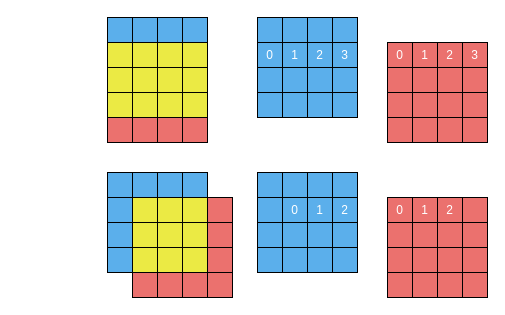
Above: page "WarpShuffleShuffle" (6 of 27) of en/img/overlap.drawio in MK4H/DPText (draw.io), before the change. Source tidied: cells renumbered, new cells numbered last; positions are measured from the earlier drawing's top-left corner, leaving out a move shared by most shapes. Both pictures are drawn from the tidied source at 100%, with x=0, y=0 at pixel (107, 17).
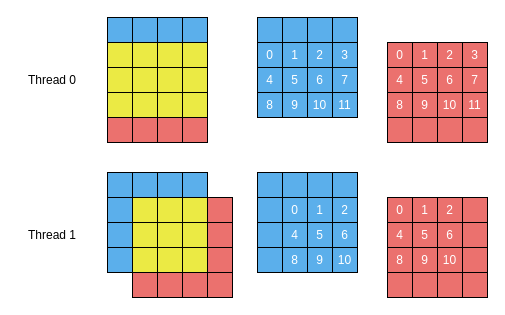
After the change.

The edit, as a diff of the source:
```diff
@@
-    <mxCell id="55" style="rounded=0;whiteSpace=wrap;html=1;fillColor=#5BAFEB;fontColor=#FFFFFF;" parent="1" vertex="1">
+    <mxCell id="55" value="5" style="rounded=0;whiteSpace=wrap;html=1;fillColor=#5BAFEB;fontColor=#FFFFFF;" parent="1" vertex="1">
       <mxGeometry x="175" y="50" width="25" height="25" as="geometry" />
     </mxCell>
-    <mxCell id="56" style="rounded=0;whiteSpace=wrap;html=1;fillColor=#5BAFEB;fontColor=#FFFFFF;" parent="1" vertex="1">
+    <mxCell id="56" value="6" style="rounded=0;whiteSpace=wrap;html=1;fillColor=#5BAFEB;fontColor=#FFFFFF;" parent="1" vertex="1">
       <mxGeometry x="200" y="50" width="25" height="25" as="geometry" />
     </mxCell>
-    <mxCell id="57" style="rounded=0;whiteSpace=wrap;html=1;fillColor=#5BAFEB;fontColor=#FFFFFF;" parent="1" vertex="1">
+    <mxCell id="57" value="7" style="rounded=0;whiteSpace=wrap;html=1;fillColor=#5BAFEB;fontColor=#FFFFFF;" parent="1" vertex="1">
       <mxGeometry x="225" y="50" width="25" height="25" as="geometry" />
     </mxCell>
-    <mxCell id="58" style="rounded=0;whiteSpace=wrap;html=1;fillColor=#5BAFEB;fontColor=#FFFFFF;" parent="1" vertex="1">
+    <mxCell id="58" value="4" style="rounded=0;whiteSpace=wrap;html=1;fillColor=#5BAFEB;fontColor=#FFFFFF;" parent="1" vertex="1">
       <mxGeometry x="150" y="50" width="25" height="25" as="geometry" />
     </mxCell>
-    <mxCell id="59" style="rounded=0;whiteSpace=wrap;html=1;fillColor=#5BAFEB;fontColor=#FFFFFF;" parent="1" vertex="1">
+    <mxCell id="59" value="9" style="rounded=0;whiteSpace=wrap;html=1;fillColor=#5BAFEB;fontColor=#FFFFFF;" parent="1" vertex="1">
       <mxGeometry x="175" y="75" width="25" height="25" as="geometry" />
     </mxCell>
-    <mxCell id="60" style="rounded=0;whiteSpace=wrap;html=1;fillColor=#5BAFEB;fontColor=#FFFFFF;" parent="1" vertex="1">
+    <mxCell id="60" value="10" style="rounded=0;whiteSpace=wrap;html=1;fillColor=#5BAFEB;fontColor=#FFFFFF;" parent="1" vertex="1">
       <mxGeometry x="200" y="75" width="25" height="25" as="geometry" />
     </mxCell>
-    <mxCell id="61" style="rounded=0;whiteSpace=wrap;html=1;fillColor=#5BAFEB;fontColor=#FFFFFF;" parent="1" vertex="1">
+    <mxCell id="61" value="11" style="rounded=0;whiteSpace=wrap;html=1;fillColor=#5BAFEB;fontColor=#FFFFFF;" parent="1" vertex="1">
       <mxGeometry x="225" y="75" width="25" height="25" as="geometry" />
     </mxCell>
-    <mxCell id="62" style="rounded=0;whiteSpace=wrap;html=1;fillColor=#5BAFEB;fontColor=#FFFFFF;" parent="1" vertex="1">
+    <mxCell id="62" value="8" style="rounded=0;whiteSpace=wrap;html=1;fillColor=#5BAFEB;fontColor=#FFFFFF;" parent="1" vertex="1">
       <mxGeometry x="150" y="75" width="25" height="25" as="geometry" />
     </mxCell>
@@
-    <mxCell id="67" style="rounded=0;whiteSpace=wrap;html=1;fillColor=#EB716E;fontColor=#FFFFFF;" parent="1" vertex="1">
+    <mxCell id="67" value="4" style="rounded=0;whiteSpace=wrap;html=1;fillColor=#EB716E;fontColor=#FFFFFF;" parent="1" vertex="1">
       <mxGeometry x="280" y="50" width="25" height="25" as="geometry" />
     </mxCell>
-    <mxCell id="68" style="rounded=0;whiteSpace=wrap;html=1;fillColor=#EB716E;fontColor=#FFFFFF;" parent="1" vertex="1">
+    <mxCell id="68" value="5" style="rounded=0;whiteSpace=wrap;html=1;fillColor=#EB716E;fontColor=#FFFFFF;" parent="1" vertex="1">
       <mxGeometry x="305" y="50" width="25" height="25" as="geometry" />
     </mxCell>
-    <mxCell id="69" style="rounded=0;whiteSpace=wrap;html=1;fillColor=#EB716E;fontColor=#FFFFFF;" parent="1" vertex="1">
+    <mxCell id="69" value="6" style="rounded=0;whiteSpace=wrap;html=1;fillColor=#EB716E;fontColor=#FFFFFF;" parent="1" vertex="1">
       <mxGeometry x="330" y="50" width="25" height="25" as="geometry" />
     </mxCell>
-    <mxCell id="70" style="rounded=0;whiteSpace=wrap;html=1;fillColor=#EB716E;fontColor=#FFFFFF;" parent="1" vertex="1">
+    <mxCell id="70" value="7" style="rounded=0;whiteSpace=wrap;html=1;fillColor=#EB716E;fontColor=#FFFFFF;" parent="1" vertex="1">
       <mxGeometry x="355" y="50" width="25" height="25" as="geometry" />
     </mxCell>
-    <mxCell id="71" style="rounded=0;whiteSpace=wrap;html=1;fillColor=#EB716E;fontColor=#FFFFFF;" parent="1" vertex="1">
+    <mxCell id="71" value="8" style="rounded=0;whiteSpace=wrap;html=1;fillColor=#EB716E;fontColor=#FFFFFF;" parent="1" vertex="1">
       <mxGeometry x="280" y="75" width="25" height="25" as="geometry" />
     </mxCell>
-    <mxCell id="72" style="rounded=0;whiteSpace=wrap;html=1;fillColor=#EB716E;fontColor=#FFFFFF;" parent="1" vertex="1">
+    <mxCell id="72" value="9" style="rounded=0;whiteSpace=wrap;html=1;fillColor=#EB716E;fontColor=#FFFFFF;" parent="1" vertex="1">
       <mxGeometry x="305" y="75" width="25" height="25" as="geometry" />
     </mxCell>
-    <mxCell id="73" style="rounded=0;whiteSpace=wrap;html=1;fillColor=#EB716E;fontColor=#FFFFFF;" parent="1" vertex="1">
+    <mxCell id="73" value="10" style="rounded=0;whiteSpace=wrap;html=1;fillColor=#EB716E;fontColor=#FFFFFF;" parent="1" vertex="1">
       <mxGeometry x="330" y="75" width="25" height="25" as="geometry" />
     </mxCell>
-    <mxCell id="74" style="rounded=0;whiteSpace=wrap;html=1;fillColor=#EB716E;fontColor=#FFFFFF;" parent="1" vertex="1">
+    <mxCell id="74" value="11" style="rounded=0;whiteSpace=wrap;html=1;fillColor=#EB716E;fontColor=#FFFFFF;" parent="1" vertex="1">
       <mxGeometry x="355" y="75" width="25" height="25" as="geometry" />
     </mxCell>
@@
-    <mxCell id="87" style="rounded=0;whiteSpace=wrap;html=1;fillColor=#5BAFEB;fontColor=#FFFFFF;" parent="1" vertex="1">
+    <mxCell id="87" value="4" style="rounded=0;whiteSpace=wrap;html=1;fillColor=#5BAFEB;fontColor=#FFFFFF;" parent="1" vertex="1">
       <mxGeometry x="175" y="205" width="25" height="25" as="geometry" />
     </mxCell>
-    <mxCell id="88" style="rounded=0;whiteSpace=wrap;html=1;fillColor=#5BAFEB;fontColor=#FFFFFF;" parent="1" vertex="1">
+    <mxCell id="88" value="5" style="rounded=0;whiteSpace=wrap;html=1;fillColor=#5BAFEB;fontColor=#FFFFFF;" parent="1" vertex="1">
       <mxGeometry x="200" y="205" width="25" height="25" as="geometry" />
     </mxCell>
-    <mxCell id="89" style="rounded=0;whiteSpace=wrap;html=1;fillColor=#5BAFEB;fontColor=#FFFFFF;" parent="1" vertex="1">
+    <mxCell id="89" value="6" style="rounded=0;whiteSpace=wrap;html=1;fillColor=#5BAFEB;fontColor=#FFFFFF;" parent="1" vertex="1">
       <mxGeometry x="225" y="205" width="25" height="25" as="geometry" />
     </mxCell>
@@
-    <mxCell id="91" style="rounded=0;whiteSpace=wrap;html=1;fillColor=#5BAFEB;fontColor=#FFFFFF;" parent="1" vertex="1">
+    <mxCell id="91" value="8" style="rounded=0;whiteSpace=wrap;html=1;fillColor=#5BAFEB;fontColor=#FFFFFF;" parent="1" vertex="1">
       <mxGeometry x="175" y="230" width="25" height="25" as="geometry" />
     </mxCell>
-    <mxCell id="92" style="rounded=0;whiteSpace=wrap;html=1;fillColor=#5BAFEB;fontColor=#FFFFFF;" parent="1" vertex="1">
+    <mxCell id="92" value="9" style="rounded=0;whiteSpace=wrap;html=1;fillColor=#5BAFEB;fontColor=#FFFFFF;" parent="1" vertex="1">
       <mxGeometry x="200" y="230" width="25" height="25" as="geometry" />
     </mxCell>
-    <mxCell id="93" style="rounded=0;whiteSpace=wrap;html=1;fillColor=#5BAFEB;fontColor=#FFFFFF;" parent="1" vertex="1">
+    <mxCell id="93" value="10" style="rounded=0;whiteSpace=wrap;html=1;fillColor=#5BAFEB;fontColor=#FFFFFF;" parent="1" vertex="1">
       <mxGeometry x="225" y="230" width="25" height="25" as="geometry" />
     </mxCell>
@@
-    <mxCell id="99" style="rounded=0;whiteSpace=wrap;html=1;fillColor=#EB716E;fontColor=#FFFFFF;" parent="1" vertex="1">
+    <mxCell id="99" value="4" style="rounded=0;whiteSpace=wrap;html=1;fillColor=#EB716E;fontColor=#FFFFFF;" parent="1" vertex="1">
       <mxGeometry x="280" y="205" width="25" height="25" as="geometry" />
     </mxCell>
-    <mxCell id="100" style="rounded=0;whiteSpace=wrap;html=1;fillColor=#EB716E;fontColor=#FFFFFF;" parent="1" vertex="1">
+    <mxCell id="100" value="5" style="rounded=0;whiteSpace=wrap;html=1;fillColor=#EB716E;fontColor=#FFFFFF;" parent="1" vertex="1">
       <mxGeometry x="305" y="205" width="25" height="25" as="geometry" />
     </mxCell>
-    <mxCell id="101" style="rounded=0;whiteSpace=wrap;html=1;fillColor=#EB716E;fontColor=#FFFFFF;" parent="1" vertex="1">
+    <mxCell id="101" value="6" style="rounded=0;whiteSpace=wrap;html=1;fillColor=#EB716E;fontColor=#FFFFFF;" parent="1" vertex="1">
       <mxGeometry x="330" y="205" width="25" height="25" as="geometry" />
     </mxCell>
@@
-    <mxCell id="103" style="rounded=0;whiteSpace=wrap;html=1;fillColor=#EB716E;fontColor=#FFFFFF;" parent="1" vertex="1">
+    <mxCell id="103" value="8" style="rounded=0;whiteSpace=wrap;html=1;fillColor=#EB716E;fontColor=#FFFFFF;" parent="1" vertex="1">
       <mxGeometry x="280" y="230" width="25" height="25" as="geometry" />
     </mxCell>
-    <mxCell id="104" style="rounded=0;whiteSpace=wrap;html=1;fillColor=#EB716E;fontColor=#FFFFFF;" parent="1" vertex="1">
+    <mxCell id="104" value="9" style="rounded=0;whiteSpace=wrap;html=1;fillColor=#EB716E;fontColor=#FFFFFF;" parent="1" vertex="1">
       <mxGeometry x="305" y="230" width="25" height="25" as="geometry" />
     </mxCell>
-    <mxCell id="105" style="rounded=0;whiteSpace=wrap;html=1;fillColor=#EB716E;fontColor=#FFFFFF;" parent="1" vertex="1">
+    <mxCell id="105" value="10" style="rounded=0;whiteSpace=wrap;html=1;fillColor=#EB716E;fontColor=#FFFFFF;" parent="1" vertex="1">
       <mxGeometry x="330" y="230" width="25" height="25" as="geometry" />
     </mxCell>
@@
+    <mxCell id="111" value="Thread 0" style="text;html=1;align=right;verticalAlign=middle;strokeColor=none;fillColor=none;" parent="1" vertex="1">
+      <mxGeometry x="-90" y="52.5" width="60" height="20" as="geometry" />
+    </mxCell>
+    <mxCell id="112" value="Thread 1" style="text;html=1;align=right;verticalAlign=middle;strokeColor=none;fillColor=none;" parent="1" vertex="1">
+      <mxGeometry x="-90" y="207.5" width="60" height="20" as="geometry" />
+    </mxCell>
```
